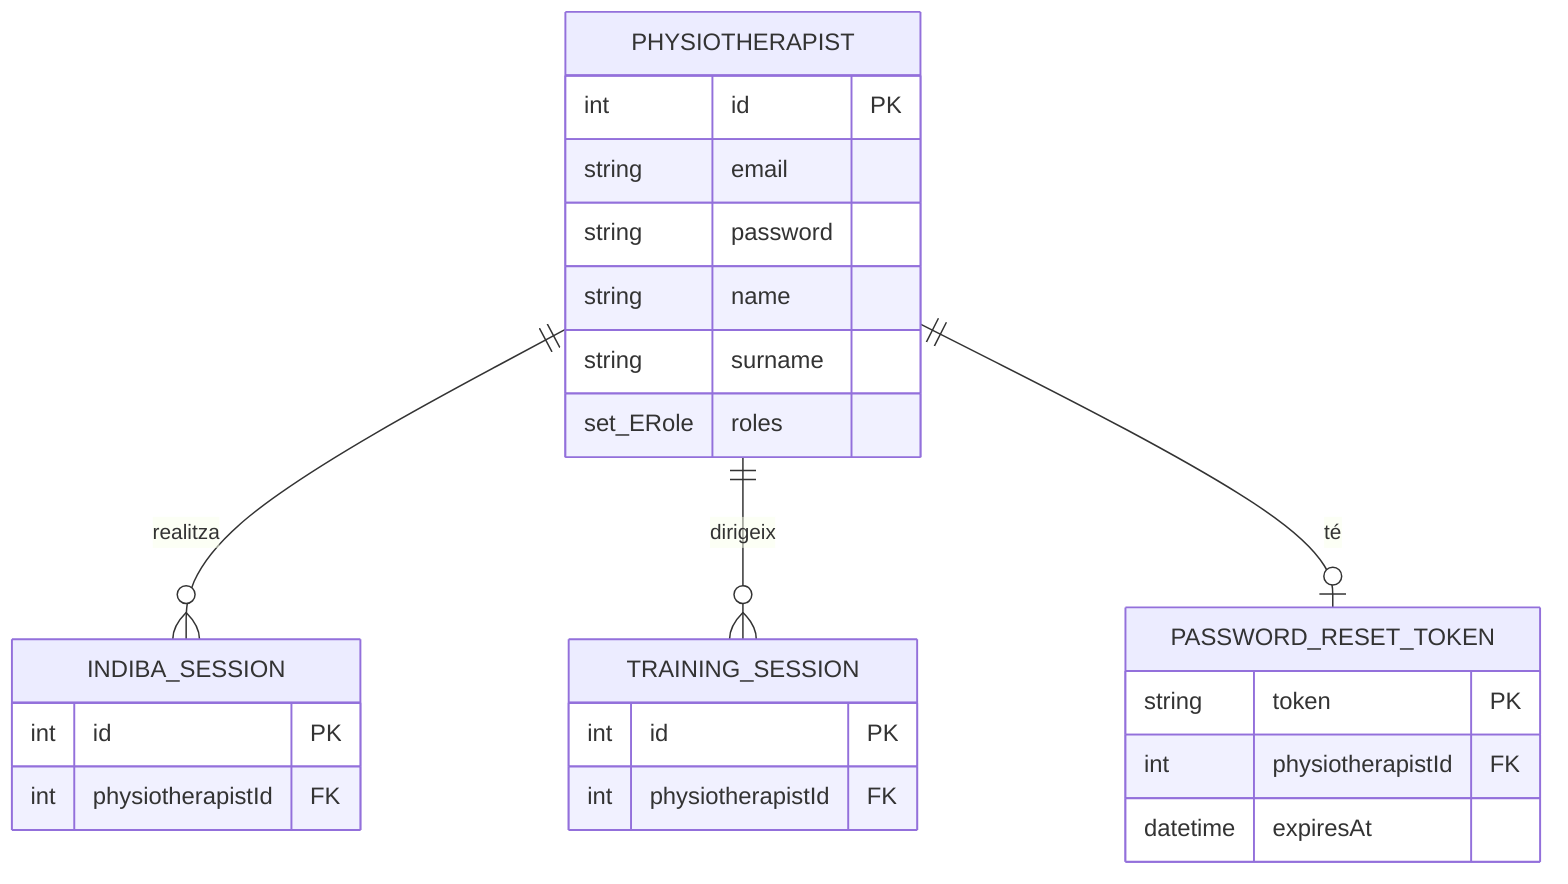
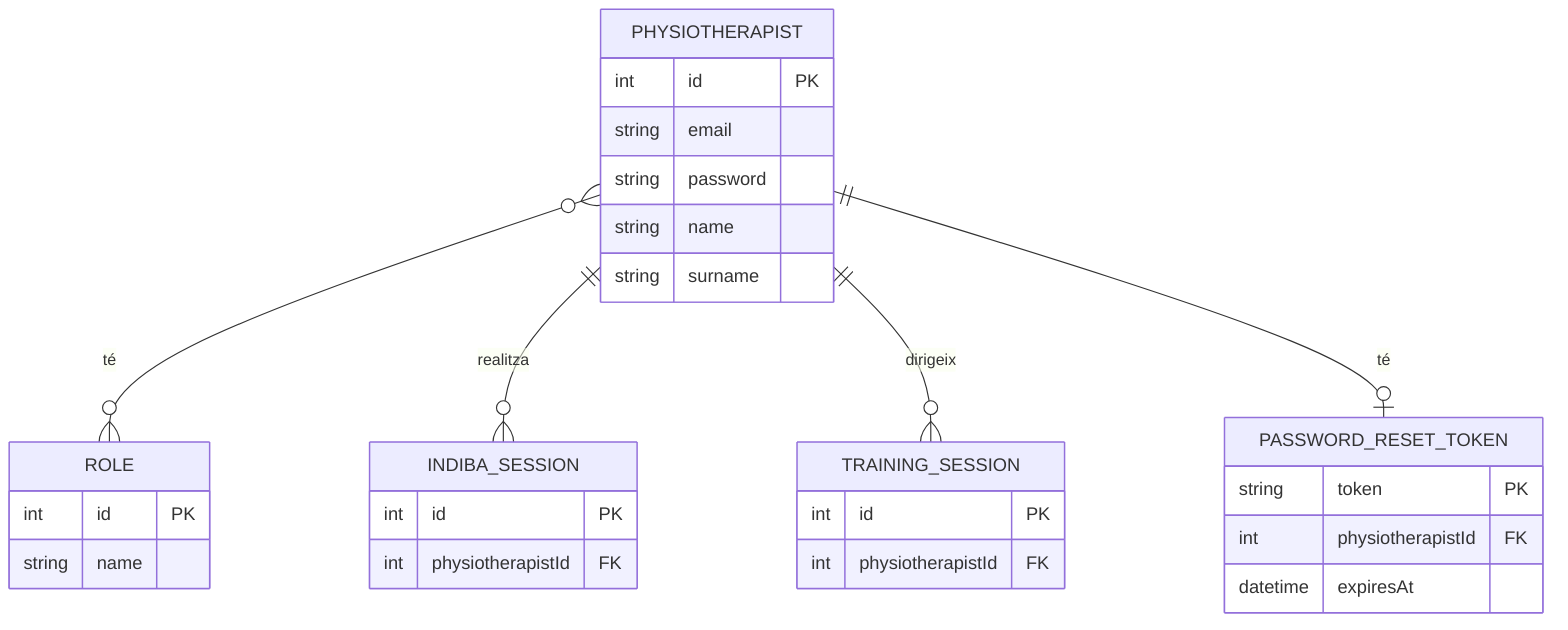
erDiagram

  PHYSIOTHERAPIST {
    int id PK
    string email
    string password
    string name
    string surname
-     set_ERole roles
+   }
+ 
+   ROLE {
+     int id PK
+     string name
  }

  INDIBA_SESSION {
    int id PK
    int physiotherapistId FK
  }

  TRAINING_SESSION {
    int id PK
    int physiotherapistId FK
  }

  PASSWORD_RESET_TOKEN {
    string token PK
    int physiotherapistId FK
    datetime expiresAt
  }

+   PHYSIOTHERAPIST }o--o{ ROLE : "té"
  PHYSIOTHERAPIST ||--o{ INDIBA_SESSION : "realitza"
  PHYSIOTHERAPIST ||--o{ TRAINING_SESSION : "dirigeix"
  PHYSIOTHERAPIST ||--o| PASSWORD_RESET_TOKEN : "té"
